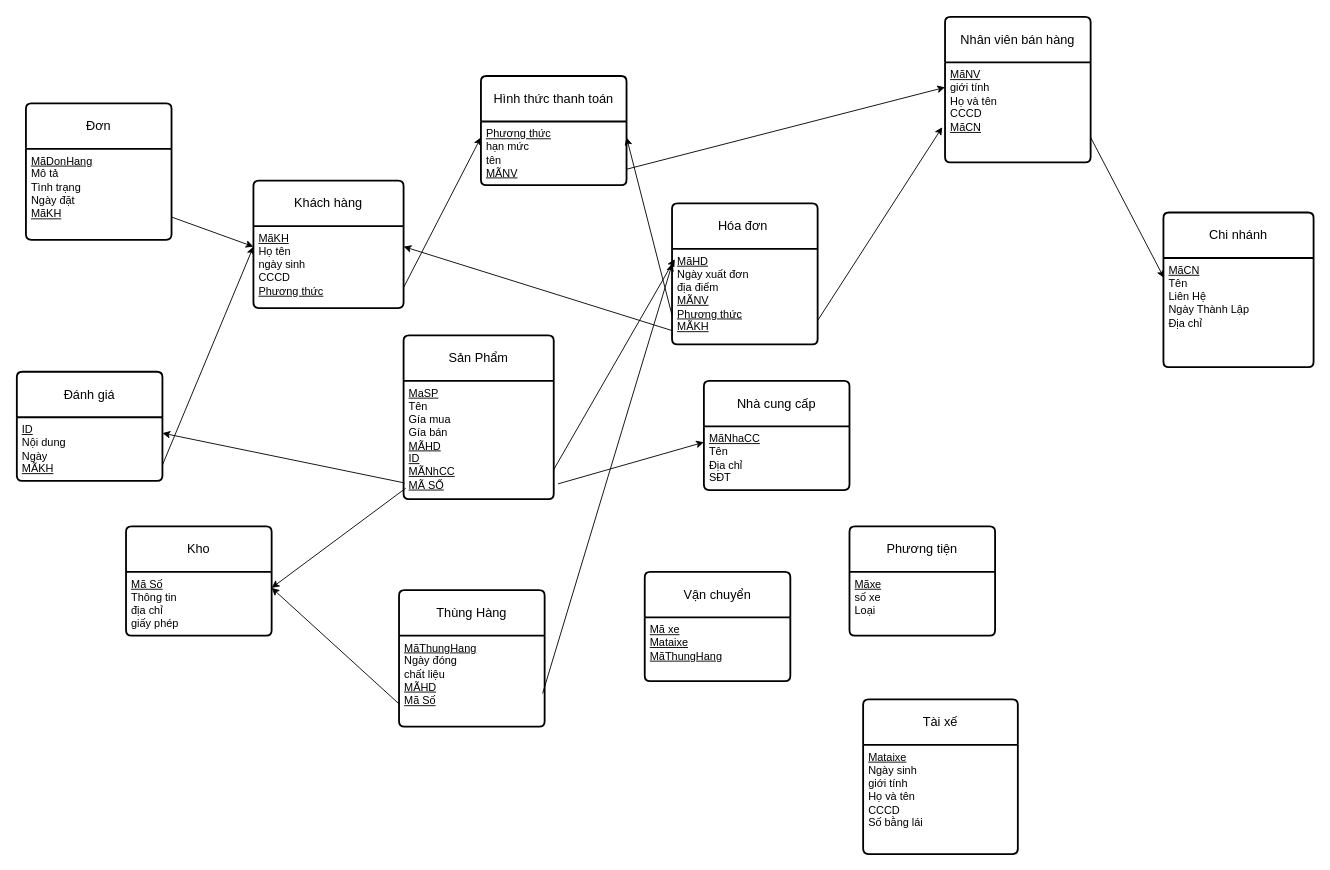
Tungdv23/B-i-t-p-th-vi-n keeps this draw.io diagram as Untitled Diagram.drawio. Above is the earlier version. Source tidied: cells renumbered, new cells numbered last; positions are measured from the earlier drawing's top-left corner, leaving out a move shared by most shapes. Both pictures are drawn from the tidied source at 91%, with x=0, y=0 at pixel (16, 16).
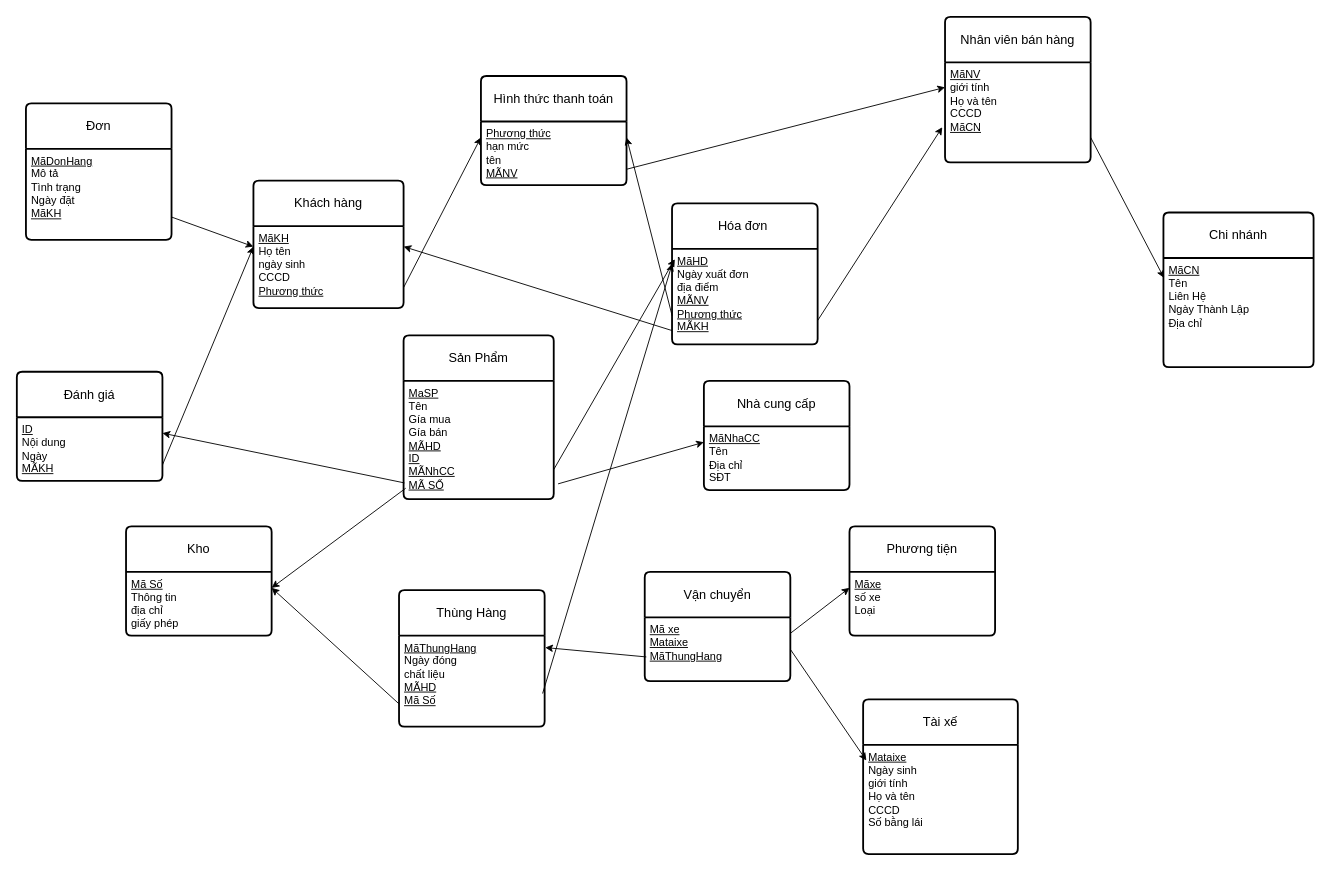
Above is the later version.

The change refers to these unchanged cells:
```xml
<mxCell id="9" value="&lt;u&gt;Mataixe&lt;/u&gt;&lt;div&gt;Ngày sinh&lt;/div&gt;&lt;div&gt;giới tính&lt;/div&gt;&lt;div&gt;Họ và tên&lt;/div&gt;&lt;div&gt;CCCD&lt;/div&gt;&lt;div&gt;Số bằng lái&lt;/div&gt;" style="align=left;strokeColor=none;fillColor=none;spacingLeft=4;spacingRight=4;fontSize=12;verticalAlign=top;html=1;whiteSpace=wrap;" parent="8" vertex="1">
  <mxGeometry y="50" width="170" height="120" as="geometry" />
</mxCell>
<mxCell id="25" value="&lt;u&gt;MãThungHang&lt;/u&gt;&lt;div&gt;Ngày đóng&lt;/div&gt;&lt;div&gt;chất liệu&lt;/div&gt;&lt;div&gt;&lt;u&gt;MÃHD&lt;/u&gt;&lt;/div&gt;&lt;div&gt;&lt;u&gt;Mã Số&lt;/u&gt;&lt;/div&gt;" style="align=left;strokeColor=none;fillColor=none;spacingLeft=4;spacingRight=4;fontSize=12;verticalAlign=top;html=1;whiteSpace=wrap;" parent="24" vertex="1">
  <mxGeometry y="50" width="160" height="100" as="geometry" />
</mxCell>
<mxCell id="27" value="&lt;u&gt;Mãxe&lt;/u&gt;&lt;div&gt;số xe&lt;/div&gt;&lt;div&gt;Loại&lt;/div&gt;" style="align=left;strokeColor=none;fillColor=none;spacingLeft=4;spacingRight=4;fontSize=12;verticalAlign=top;html=1;whiteSpace=wrap;" parent="26" vertex="1">
  <mxGeometry y="50" width="160" height="70" as="geometry" />
</mxCell>
<mxCell id="43" value="&lt;u&gt;Mã xe&lt;/u&gt;&lt;div&gt;&lt;u&gt;Mataixe&lt;/u&gt;&lt;/div&gt;&lt;div&gt;&lt;u&gt;MãThungHang&lt;/u&gt;&lt;/div&gt;" style="align=left;strokeColor=none;fillColor=none;spacingLeft=4;spacingRight=4;fontSize=12;verticalAlign=top;html=1;whiteSpace=wrap;" parent="42" vertex="1">
  <mxGeometry y="50" width="160" height="70" as="geometry" />
</mxCell>
```

The edit, as a diff of the source:
```diff
@@
+    <mxCell id="44" style="endArrow=classic;html=1;rounded=0;exitX=1;exitY=0.25;exitDx=0;exitDy=0;entryX=0;entryY=0.25;entryDx=0;entryDy=0;" parent="1" edge="1" source="43" target="27">
+      <mxGeometry relative="1" as="geometry" />
+    </mxCell>
+    <mxCell id="45" style="endArrow=classic;html=1;rounded=0;entryX=0.021;entryY=0.144;entryDx=0;entryDy=0;entryPerimeter=0;exitX=1;exitY=0.5;exitDx=0;exitDy=0;" parent="1" edge="1" source="43" target="9">
+      <mxGeometry relative="1" as="geometry" />
+    </mxCell>
+    <mxCell id="46" style="endArrow=classic;html=1;rounded=0;exitX=0.011;exitY=0.62;exitDx=0;exitDy=0;entryX=1.004;entryY=0.131;entryDx=0;entryDy=0;entryPerimeter=0;exitPerimeter=0;" parent="1" edge="1" source="43" target="25">
+      <mxGeometry relative="1" as="geometry" />
+    </mxCell>
```
